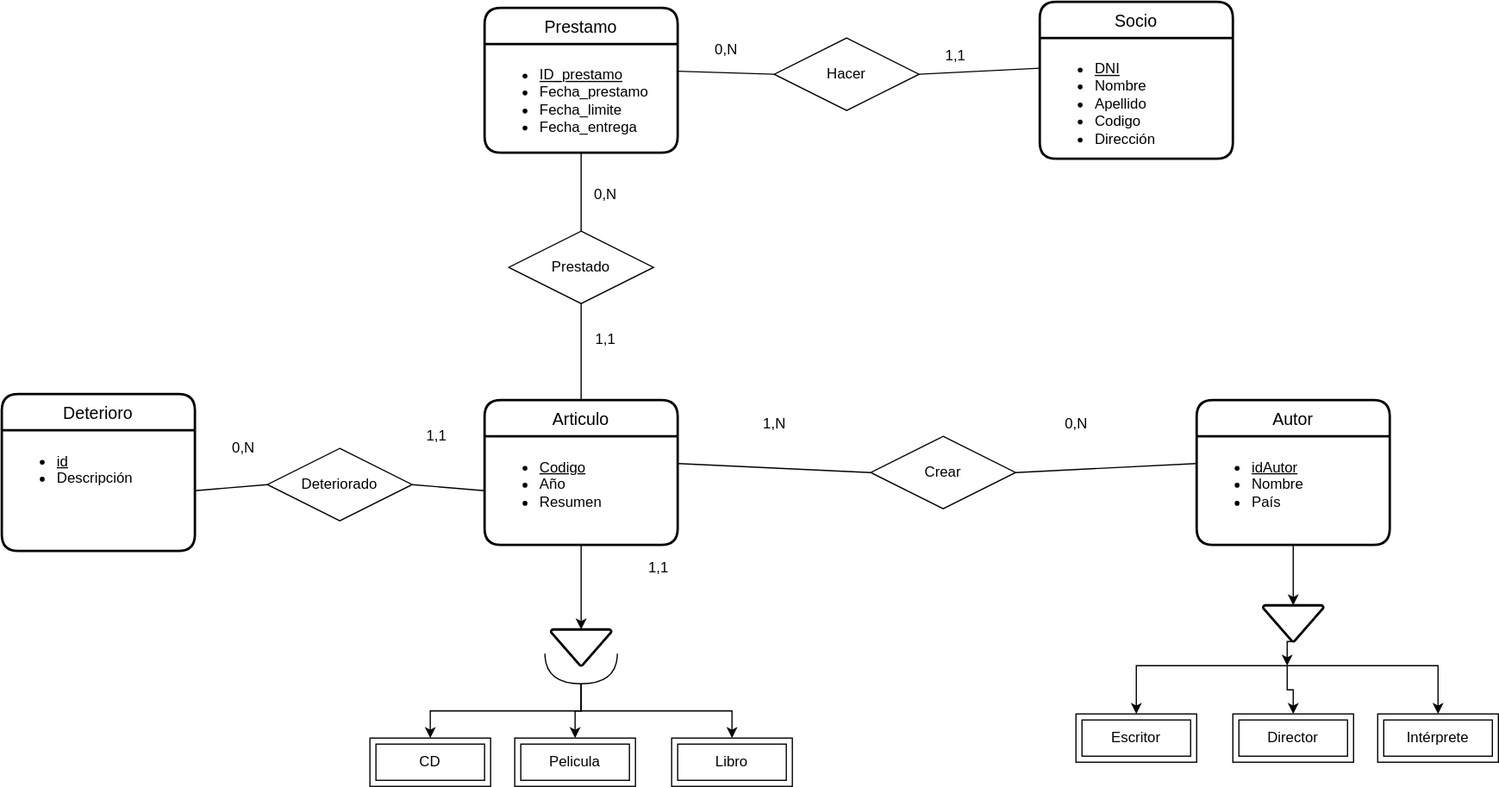
Above: UD12-6.svg in Jimxx22/C3-UD11-UML (draw.io), before the change. Source tidied: cells renumbered, new cells last; positions are measured from the earlier drawing's top-left corner, leaving out a move shared by most shapes.
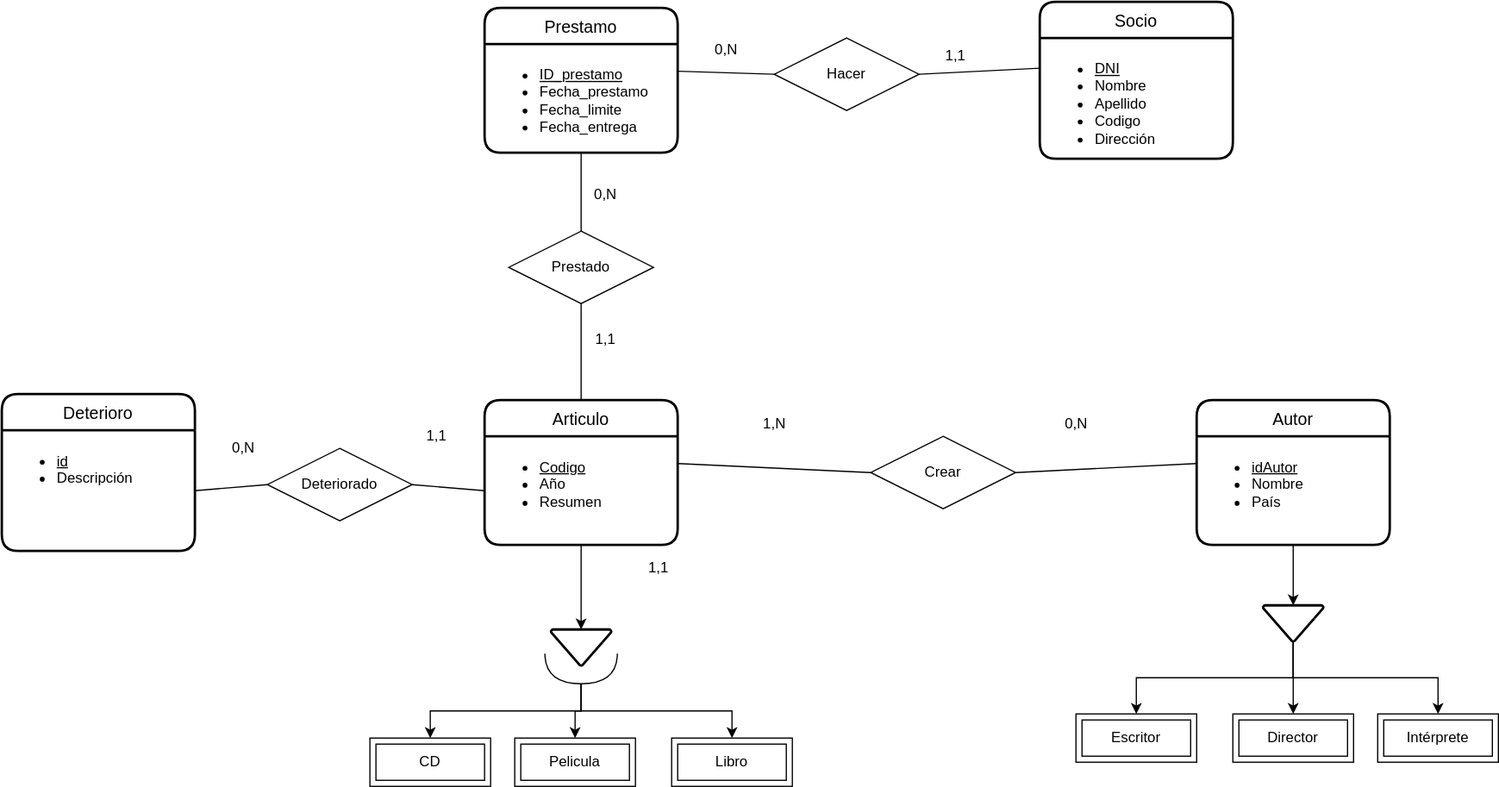
The same diagram one commit later.

The edit, as a diff of the source:
```diff
@@ -139,28 +139,17 @@
     <mxCell id="46" style="shape=requiredInterface;html=1;verticalLabelPosition=bottom;sketch=0;rounded=0;glass=0;fillColor=none;direction=south;" parent="1" vertex="1">
       <mxGeometry x="450" y="540" width="60" height="25" as="geometry" />
     </mxCell>
-    <mxCell id="47" style="edgeStyle=orthogonalEdgeStyle;rounded=0;jettySize=auto;html=1;exitX=0.5;exitY=1;exitDx=0;exitDy=0;exitPerimeter=0;" parent="1" edge="1" source="48">
-      <mxGeometry relative="1" as="geometry">
-        <mxPoint x="1065" y="550" as="targetPoint" />
-      </mxGeometry>
-    </mxCell>
+    <mxCell id="52" style="edgeStyle=orthogonalEdgeStyle;rounded=0;jettySize=auto;html=1;exitX=0.5;exitY=1;exitDx=0;exitDy=0;exitPerimeter=0;entryX=0.5;entryY=0;entryDx=0;entryDy=0;" parent="1" edge="1" source="48" target="14">
+      <mxGeometry relative="1" as="geometry" />
+    </mxCell>
+    <mxCell id="53" style="edgeStyle=orthogonalEdgeStyle;rounded=0;jettySize=auto;html=1;exitX=0.5;exitY=1;exitDx=0;exitDy=0;exitPerimeter=0;entryX=0.5;entryY=0;entryDx=0;entryDy=0;" parent="1" edge="1" source="48" target="12">
+      <mxGeometry relative="1" as="geometry" />
+    </mxCell>
+    <mxCell id="54" style="edgeStyle=orthogonalEdgeStyle;rounded=0;jettySize=auto;html=1;exitX=0.5;exitY=1;exitDx=0;exitDy=0;exitPerimeter=0;entryX=0.5;entryY=0;entryDx=0;entryDy=0;" parent="1" edge="1" source="48" target="13">
+      <mxGeometry relative="1" as="geometry" />
+    </mxCell>
     <mxCell id="48" style="strokeWidth=2;html=1;shape=mxgraph.flowchart.merge_or_storage;whiteSpace=wrap;rounded=0;glass=0;fillColor=none;" parent="1" vertex="1">
       <mxGeometry x="1045" y="500" width="50" height="30" as="geometry" />
     </mxCell>
-    <mxCell id="49" style="edgeStyle=orthogonalEdgeStyle;rounded=0;jettySize=auto;html=1;exitX=1;exitY=0.5;exitDx=0;exitDy=0;exitPerimeter=0;entryX=0.5;entryY=0;entryDx=0;entryDy=0;" parent="1" edge="1" target="14">
-      <mxGeometry relative="1" as="geometry">
-        <mxPoint x="1065" y="550" as="sourcePoint" />
-      </mxGeometry>
-    </mxCell>
-    <mxCell id="50" style="edgeStyle=orthogonalEdgeStyle;rounded=0;jettySize=auto;html=1;exitX=1;exitY=0.5;exitDx=0;exitDy=0;exitPerimeter=0;entryX=0.5;entryY=0;entryDx=0;entryDy=0;" parent="1" edge="1" target="12">
-      <mxGeometry relative="1" as="geometry">
-        <mxPoint x="1065" y="550" as="sourcePoint" />
-      </mxGeometry>
-    </mxCell>
-    <mxCell id="51" style="edgeStyle=orthogonalEdgeStyle;rounded=0;jettySize=auto;html=1;exitX=1;exitY=0.5;exitDx=0;exitDy=0;exitPerimeter=0;entryX=0.5;entryY=0;entryDx=0;entryDy=0;" parent="1" edge="1" target="13">
-      <mxGeometry relative="1" as="geometry">
-        <mxPoint x="1065" y="550" as="sourcePoint" />
-      </mxGeometry>
-    </mxCell>
   </root>
 </mxGraphModel>
```
